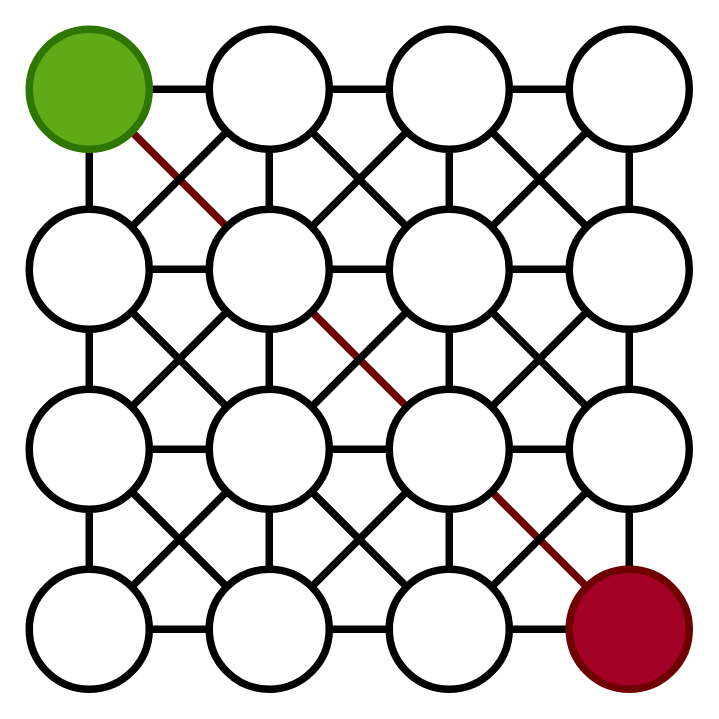
Before: presentacion/grafos.drawio in Martin-Roberto-lecuona/TP_Algoritmo_GRAFO, a draw.io diagram. Source tidied: cells renumbered, new cells numbered last; positions are measured from the earlier drawing's top-left corner, leaving out a move shared by most shapes. Both pictures are drawn from the tidied source at 150%, with x=0, y=0 at pixel (28, 28).
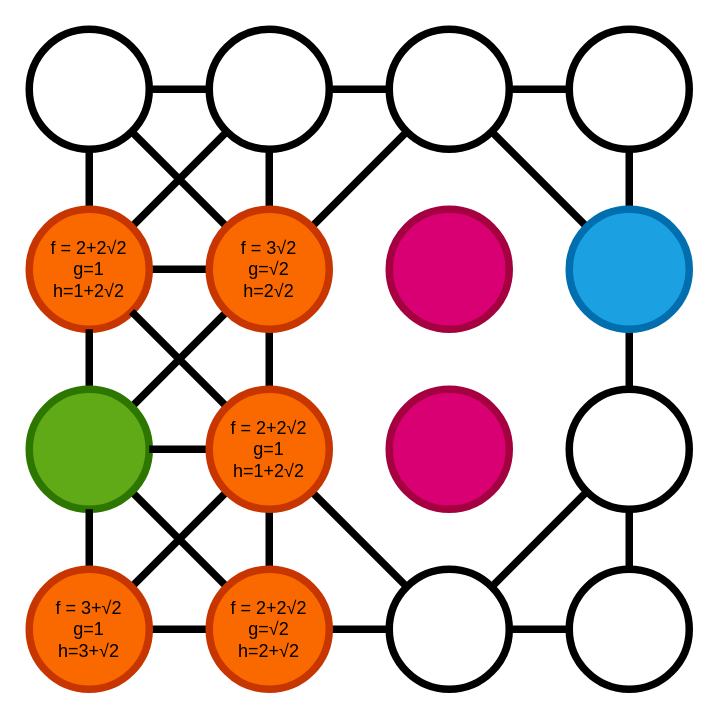
The same diagram, later.

The change refers to these unchanged cells:
```xml
<mxCell id="8" style="ellipse;whiteSpace=wrap;html=1;strokeWidth=5;" parent="1" vertex="1">
  <mxGeometry x="120" width="80" height="80" as="geometry" />
</mxCell>
<mxCell id="12" style="ellipse;whiteSpace=wrap;html=1;strokeWidth=5;" parent="1" vertex="1">
  <mxGeometry x="240" width="80" height="80" as="geometry" />
</mxCell>
<mxCell id="14" style="ellipse;whiteSpace=wrap;html=1;strokeWidth=5;" parent="1" vertex="1">
  <mxGeometry x="360" width="80" height="80" as="geometry" />
</mxCell>
<mxCell id="51" style="ellipse;whiteSpace=wrap;html=1;strokeWidth=5;" parent="1" vertex="1">
  <mxGeometry x="360" y="240" width="80" height="80" as="geometry" />
</mxCell>
<mxCell id="57" style="ellipse;whiteSpace=wrap;html=1;strokeWidth=5;" parent="1" vertex="1">
  <mxGeometry x="240" y="360" width="80" height="80" as="geometry" />
</mxCell>
```

Diff of the diagram source:
```diff
@@
-    <mxCell id="4" style="shape=connector;rounded=0;jettySize=auto;html=1;exitX=1;exitY=1;exitDx=0;exitDy=0;entryX=0;entryY=0;entryDx=0;entryDy=0;labelBackgroundColor=default;strokeColor=#6F0000;align=center;verticalAlign=middle;fontFamily=Helvetica;fontSize=11;fontColor=default;endArrow=none;endFill=0;strokeWidth=5;fillColor=#a20025;" parent="1" edge="1" source="5" target="22">
+    <mxCell id="4" style="shape=connector;rounded=0;jettySize=auto;html=1;exitX=1;exitY=1;exitDx=0;exitDy=0;entryX=0;entryY=0;entryDx=0;entryDy=0;labelBackgroundColor=default;align=center;verticalAlign=middle;fontFamily=Helvetica;fontSize=11;fontColor=default;endArrow=none;endFill=0;strokeWidth=5;" parent="1" edge="1" source="5" target="22">
       <mxGeometry relative="1" as="geometry" />
     </mxCell>
-    <mxCell id="5" style="ellipse;whiteSpace=wrap;html=1;strokeWidth=5;fillColor=#60a917;fontColor=#ffffff;strokeColor=#2D7600;" parent="1" vertex="1">
+    <mxCell id="5" style="ellipse;whiteSpace=wrap;html=1;strokeWidth=5;" parent="1" vertex="1">
       <mxGeometry width="80" height="80" as="geometry" />
     </mxCell>
@@
-    <mxCell id="9" style="edgeStyle=orthogonalEdgeStyle;shape=connector;rounded=0;jettySize=auto;html=1;labelBackgroundColor=default;align=center;verticalAlign=middle;fontFamily=Helvetica;fontSize=11;fontColor=default;endArrow=none;endFill=0;strokeWidth=5;" parent="1" edge="1" source="12" target="29">
-      <mxGeometry relative="1" as="geometry" />
-    </mxCell>
@@
-    <mxCell id="11" style="edgeStyle=none;shape=connector;rounded=0;jettySize=auto;html=1;exitX=0;exitY=1;exitDx=0;exitDy=0;entryX=1;entryY=0;entryDx=0;entryDy=0;labelBackgroundColor=default;strokeColor=default;strokeWidth=5;align=center;verticalAlign=middle;fontFamily=Helvetica;fontSize=11;fontColor=default;endArrow=none;endFill=0;" parent="1" edge="1" source="12" target="22">
+    <mxCell id="11" style="edgeStyle=none;shape=connector;rounded=0;jettySize=auto;html=1;exitX=0;exitY=1;exitDx=0;exitDy=0;entryX=1;entryY=0;entryDx=0;entryDy=0;labelBackgroundColor=default;strokeWidth=5;align=center;verticalAlign=middle;fontFamily=Helvetica;fontSize=11;fontColor=default;endArrow=none;endFill=0;" parent="1" edge="1" source="12" target="22">
       <mxGeometry relative="1" as="geometry" />
     </mxCell>
@@
-    <mxCell id="16" style="edgeStyle=none;shape=connector;rounded=0;jettySize=auto;html=1;exitX=1;exitY=0;exitDx=0;exitDy=0;entryX=0;entryY=1;entryDx=0;entryDy=0;labelBackgroundColor=default;strokeColor=default;strokeWidth=5;align=center;verticalAlign=middle;fontFamily=Helvetica;fontSize=11;fontColor=default;endArrow=none;endFill=0;" parent="1" edge="1" source="17" target="8">
+    <mxCell id="16" style="edgeStyle=none;shape=connector;rounded=0;jettySize=auto;html=1;exitX=1;exitY=0;exitDx=0;exitDy=0;entryX=0;entryY=1;entryDx=0;entryDy=0;labelBackgroundColor=default;strokeWidth=5;align=center;verticalAlign=middle;fontFamily=Helvetica;fontSize=11;fontColor=default;endArrow=none;endFill=0;" parent="1" edge="1" source="17" target="8">
       <mxGeometry relative="1" as="geometry" />
     </mxCell>
-    <mxCell id="17" style="ellipse;whiteSpace=wrap;html=1;strokeWidth=5;" parent="1" vertex="1">
+    <mxCell id="17" value="f = 2+2√2&lt;br&gt;g=1&lt;br&gt;h=1+2√2" style="ellipse;whiteSpace=wrap;html=1;strokeWidth=5;fillColor=#fa6800;fontColor=#000000;strokeColor=#C73500;" parent="1" vertex="1">
       <mxGeometry y="120" width="80" height="80" as="geometry" />
     </mxCell>
-    <mxCell id="18" style="edgeStyle=orthogonalEdgeStyle;shape=connector;rounded=0;jettySize=auto;html=1;labelBackgroundColor=default;align=center;verticalAlign=middle;fontFamily=Helvetica;fontSize=11;fontColor=default;endArrow=none;endFill=0;strokeWidth=5;" parent="1" edge="1" source="22" target="29">
-      <mxGeometry relative="1" as="geometry" />
-    </mxCell>
@@
-    <mxCell id="20" style="edgeStyle=none;shape=connector;rounded=0;jettySize=auto;html=1;exitX=1;exitY=1;exitDx=0;exitDy=0;entryX=0;entryY=0;entryDx=0;entryDy=0;labelBackgroundColor=default;strokeColor=#6F0000;strokeWidth=5;align=center;verticalAlign=middle;fontFamily=Helvetica;fontSize=11;fontColor=default;endArrow=none;endFill=0;fillColor=#a20025;" parent="1" edge="1" source="22" target="48">
-      <mxGeometry relative="1" as="geometry" />
-    </mxCell>
-    <mxCell id="21" style="edgeStyle=none;shape=connector;rounded=0;jettySize=auto;html=1;exitX=0;exitY=1;exitDx=0;exitDy=0;entryX=1;entryY=0;entryDx=0;entryDy=0;labelBackgroundColor=default;strokeColor=default;strokeWidth=5;align=center;verticalAlign=middle;fontFamily=Helvetica;fontSize=11;fontColor=default;endArrow=none;endFill=0;" parent="1" edge="1" source="22" target="35">
+    <mxCell id="21" style="edgeStyle=none;shape=connector;rounded=0;jettySize=auto;html=1;exitX=0;exitY=1;exitDx=0;exitDy=0;entryX=1;entryY=0;entryDx=0;entryDy=0;labelBackgroundColor=default;strokeWidth=5;align=center;verticalAlign=middle;fontFamily=Helvetica;fontSize=11;fontColor=default;endArrow=none;endFill=0;" parent="1" edge="1" source="22" target="35">
       <mxGeometry relative="1" as="geometry" />
     </mxCell>
-    <mxCell id="22" style="ellipse;whiteSpace=wrap;html=1;strokeWidth=5;" parent="1" vertex="1">
+    <mxCell id="22" value="f = 3√2&lt;br&gt;g=√2&lt;br&gt;h=2√2" style="ellipse;whiteSpace=wrap;html=1;strokeWidth=5;fillColor=#fa6800;fontColor=#000000;strokeColor=#C73500;" parent="1" vertex="1">
       <mxGeometry x="120" y="120" width="80" height="80" as="geometry" />
     </mxCell>
-    <mxCell id="23" style="edgeStyle=orthogonalEdgeStyle;shape=connector;rounded=0;jettySize=auto;html=1;labelBackgroundColor=default;align=center;verticalAlign=middle;fontFamily=Helvetica;fontSize=11;fontColor=default;endArrow=none;endFill=0;strokeWidth=5;" parent="1" edge="1" source="29" target="32">
-      <mxGeometry relative="1" as="geometry" />
-    </mxCell>
-    <mxCell id="24" style="edgeStyle=orthogonalEdgeStyle;shape=connector;rounded=0;jettySize=auto;html=1;labelBackgroundColor=default;align=center;verticalAlign=middle;fontFamily=Helvetica;fontSize=11;fontColor=default;endArrow=none;endFill=0;strokeWidth=5;" parent="1" edge="1" source="29" target="48">
-      <mxGeometry relative="1" as="geometry" />
-    </mxCell>
-    <mxCell id="25" style="edgeStyle=none;shape=connector;rounded=0;jettySize=auto;html=1;exitX=1;exitY=0;exitDx=0;exitDy=0;entryX=0;entryY=1;entryDx=0;entryDy=0;labelBackgroundColor=default;strokeColor=default;strokeWidth=5;align=center;verticalAlign=middle;fontFamily=Helvetica;fontSize=11;fontColor=default;endArrow=none;endFill=0;" parent="1" edge="1" source="29" target="14">
-      <mxGeometry relative="1" as="geometry" />
-    </mxCell>
-    <mxCell id="26" style="edgeStyle=none;shape=connector;rounded=0;jettySize=auto;html=1;exitX=0;exitY=1;exitDx=0;exitDy=0;entryX=1;entryY=0;entryDx=0;entryDy=0;labelBackgroundColor=default;strokeColor=default;strokeWidth=5;align=center;verticalAlign=middle;fontFamily=Helvetica;fontSize=11;fontColor=default;endArrow=none;endFill=0;" parent="1" edge="1" source="29" target="42">
-      <mxGeometry relative="1" as="geometry" />
-    </mxCell>
-    <mxCell id="27" style="edgeStyle=none;shape=connector;rounded=0;jettySize=auto;html=1;exitX=0;exitY=0;exitDx=0;exitDy=0;entryX=1;entryY=1;entryDx=0;entryDy=0;labelBackgroundColor=default;strokeColor=default;strokeWidth=5;align=center;verticalAlign=middle;fontFamily=Helvetica;fontSize=11;fontColor=default;endArrow=none;endFill=0;" parent="1" edge="1" source="29" target="8">
-      <mxGeometry relative="1" as="geometry" />
-    </mxCell>
-    <mxCell id="28" style="edgeStyle=none;shape=connector;rounded=0;jettySize=auto;html=1;exitX=1;exitY=1;exitDx=0;exitDy=0;entryX=0;entryY=0;entryDx=0;entryDy=0;labelBackgroundColor=default;strokeColor=default;strokeWidth=5;align=center;verticalAlign=middle;fontFamily=Helvetica;fontSize=11;fontColor=default;endArrow=none;endFill=0;" parent="1" edge="1" source="29" target="51">
-      <mxGeometry relative="1" as="geometry" />
-    </mxCell>
-    <mxCell id="29" style="ellipse;whiteSpace=wrap;html=1;strokeWidth=5;" parent="1" vertex="1">
+    <mxCell id="29" style="ellipse;whiteSpace=wrap;html=1;strokeWidth=5;fillColor=#d80073;fontColor=#ffffff;strokeColor=#A50040;" parent="1" vertex="1">
       <mxGeometry x="240" y="120" width="80" height="80" as="geometry" />
     </mxCell>
@@
-    <mxCell id="31" style="edgeStyle=none;shape=connector;rounded=0;jettySize=auto;html=1;exitX=0;exitY=0;exitDx=0;exitDy=0;entryX=1;entryY=1;entryDx=0;entryDy=0;labelBackgroundColor=default;strokeColor=default;strokeWidth=5;align=center;verticalAlign=middle;fontFamily=Helvetica;fontSize=11;fontColor=default;endArrow=none;endFill=0;" parent="1" edge="1" source="32" target="12">
+    <mxCell id="31" style="edgeStyle=none;shape=connector;rounded=0;jettySize=auto;html=1;exitX=0;exitY=0;exitDx=0;exitDy=0;entryX=1;entryY=1;entryDx=0;entryDy=0;labelBackgroundColor=default;strokeWidth=5;align=center;verticalAlign=middle;fontFamily=Helvetica;fontSize=11;fontColor=default;endArrow=none;endFill=0;" parent="1" edge="1" source="32" target="12">
       <mxGeometry relative="1" as="geometry" />
     </mxCell>
-    <mxCell id="32" style="ellipse;whiteSpace=wrap;html=1;strokeWidth=5;" parent="1" vertex="1">
+    <mxCell id="32" style="ellipse;whiteSpace=wrap;html=1;strokeWidth=5;fillColor=#1ba1e2;fontColor=#ffffff;strokeColor=#006EAF;" parent="1" vertex="1">
       <mxGeometry x="360" y="120" width="80" height="80" as="geometry" />
     </mxCell>
@@
-    <mxCell id="34" style="edgeStyle=none;shape=connector;rounded=0;jettySize=auto;html=1;exitX=1;exitY=1;exitDx=0;exitDy=0;entryX=0;entryY=0;entryDx=0;entryDy=0;labelBackgroundColor=default;strokeColor=default;strokeWidth=5;align=center;verticalAlign=middle;fontFamily=Helvetica;fontSize=11;fontColor=default;endArrow=none;endFill=0;" parent="1" edge="1" source="35" target="55">
+    <mxCell id="34" style="edgeStyle=none;shape=connector;rounded=0;jettySize=auto;html=1;exitX=1;exitY=1;exitDx=0;exitDy=0;entryX=0;entryY=0;entryDx=0;entryDy=0;labelBackgroundColor=default;strokeWidth=5;align=center;verticalAlign=middle;fontFamily=Helvetica;fontSize=11;fontColor=default;endArrow=none;endFill=0;" parent="1" edge="1" source="35" target="55">
       <mxGeometry relative="1" as="geometry" />
     </mxCell>
-    <mxCell id="35" style="ellipse;whiteSpace=wrap;html=1;strokeWidth=5;" parent="1" vertex="1">
+    <mxCell id="35" style="ellipse;whiteSpace=wrap;html=1;strokeWidth=5;fillColor=#60a917;fontColor=#ffffff;strokeColor=#2D7600;" parent="1" vertex="1">
       <mxGeometry y="240" width="80" height="80" as="geometry" />
     </mxCell>
@@
-    <mxCell id="37" style="edgeStyle=orthogonalEdgeStyle;shape=connector;rounded=0;jettySize=auto;html=1;labelBackgroundColor=default;align=center;verticalAlign=middle;fontFamily=Helvetica;fontSize=11;fontColor=default;endArrow=none;endFill=0;strokeWidth=5;" parent="1" edge="1" source="42" target="48">
-      <mxGeometry relative="1" as="geometry" />
-    </mxCell>
@@
-    <mxCell id="39" style="edgeStyle=none;shape=connector;rounded=0;jettySize=auto;html=1;exitX=0;exitY=1;exitDx=0;exitDy=0;entryX=1;entryY=0;entryDx=0;entryDy=0;labelBackgroundColor=default;strokeColor=default;strokeWidth=5;align=center;verticalAlign=middle;fontFamily=Helvetica;fontSize=11;fontColor=default;endArrow=none;endFill=0;" parent="1" edge="1" source="42" target="53">
+    <mxCell id="39" style="edgeStyle=none;shape=connector;rounded=0;jettySize=auto;html=1;exitX=0;exitY=1;exitDx=0;exitDy=0;entryX=1;entryY=0;entryDx=0;entryDy=0;labelBackgroundColor=default;strokeWidth=5;align=center;verticalAlign=middle;fontFamily=Helvetica;fontSize=11;fontColor=default;endArrow=none;endFill=0;" parent="1" edge="1" source="42" target="53">
       <mxGeometry relative="1" as="geometry" />
     </mxCell>
-    <mxCell id="40" style="edgeStyle=none;shape=connector;rounded=0;jettySize=auto;html=1;exitX=1;exitY=1;exitDx=0;exitDy=0;entryX=0;entryY=0;entryDx=0;entryDy=0;labelBackgroundColor=default;strokeColor=default;strokeWidth=5;align=center;verticalAlign=middle;fontFamily=Helvetica;fontSize=11;fontColor=default;endArrow=none;endFill=0;" parent="1" edge="1" source="42" target="57">
+    <mxCell id="40" style="edgeStyle=none;shape=connector;rounded=0;jettySize=auto;html=1;exitX=1;exitY=1;exitDx=0;exitDy=0;entryX=0;entryY=0;entryDx=0;entryDy=0;labelBackgroundColor=default;strokeWidth=5;align=center;verticalAlign=middle;fontFamily=Helvetica;fontSize=11;fontColor=default;endArrow=none;endFill=0;" parent="1" edge="1" source="42" target="57">
       <mxGeometry relative="1" as="geometry" />
     </mxCell>
-    <mxCell id="41" style="edgeStyle=none;shape=connector;rounded=0;jettySize=auto;html=1;exitX=0;exitY=0;exitDx=0;exitDy=0;entryX=1;entryY=1;entryDx=0;entryDy=0;labelBackgroundColor=default;strokeColor=default;strokeWidth=5;align=center;verticalAlign=middle;fontFamily=Helvetica;fontSize=11;fontColor=default;endArrow=none;endFill=0;" parent="1" edge="1" source="42" target="17">
+    <mxCell id="41" style="edgeStyle=none;shape=connector;rounded=0;jettySize=auto;html=1;exitX=0;exitY=0;exitDx=0;exitDy=0;entryX=1;entryY=1;entryDx=0;entryDy=0;labelBackgroundColor=default;strokeWidth=5;align=center;verticalAlign=middle;fontFamily=Helvetica;fontSize=11;fontColor=default;endArrow=none;endFill=0;" parent="1" edge="1" source="42" target="17">
       <mxGeometry relative="1" as="geometry" />
     </mxCell>
-    <mxCell id="42" style="ellipse;whiteSpace=wrap;html=1;strokeWidth=5;" parent="1" vertex="1">
+    <mxCell id="42" value="f = 2+2√2&lt;br&gt;g=1&lt;br&gt;h=1+2√2" style="ellipse;whiteSpace=wrap;html=1;strokeWidth=5;fillColor=#fa6800;fontColor=#000000;strokeColor=#C73500;" parent="1" vertex="1">
       <mxGeometry x="120" y="240" width="80" height="80" as="geometry" />
     </mxCell>
-    <mxCell id="43" style="edgeStyle=orthogonalEdgeStyle;shape=connector;rounded=0;jettySize=auto;html=1;labelBackgroundColor=default;align=center;verticalAlign=middle;fontFamily=Helvetica;fontSize=11;fontColor=default;endArrow=none;endFill=0;strokeWidth=5;" parent="1" edge="1" source="48" target="51">
-      <mxGeometry relative="1" as="geometry" />
-    </mxCell>
-    <mxCell id="44" style="edgeStyle=orthogonalEdgeStyle;shape=connector;rounded=0;jettySize=auto;html=1;labelBackgroundColor=default;align=center;verticalAlign=middle;fontFamily=Helvetica;fontSize=11;fontColor=default;endArrow=none;endFill=0;strokeWidth=5;" parent="1" edge="1" source="48" target="57">
-      <mxGeometry relative="1" as="geometry" />
-    </mxCell>
-    <mxCell id="45" style="edgeStyle=none;shape=connector;rounded=0;jettySize=auto;html=1;exitX=1;exitY=1;exitDx=0;exitDy=0;entryX=0;entryY=0;entryDx=0;entryDy=0;labelBackgroundColor=default;strokeColor=#6F0000;strokeWidth=5;align=center;verticalAlign=middle;fontFamily=Helvetica;fontSize=11;fontColor=default;endArrow=none;endFill=0;fillColor=#a20025;" parent="1" edge="1" source="48" target="59">
-      <mxGeometry relative="1" as="geometry" />
-    </mxCell>
-    <mxCell id="46" style="edgeStyle=none;shape=connector;rounded=0;jettySize=auto;html=1;exitX=1;exitY=0;exitDx=0;exitDy=0;entryX=0;entryY=1;entryDx=0;entryDy=0;labelBackgroundColor=default;strokeColor=default;strokeWidth=5;align=center;verticalAlign=middle;fontFamily=Helvetica;fontSize=11;fontColor=default;endArrow=none;endFill=0;" parent="1" edge="1" source="48" target="32">
-      <mxGeometry relative="1" as="geometry" />
-    </mxCell>
-    <mxCell id="47" style="edgeStyle=none;shape=connector;rounded=0;jettySize=auto;html=1;exitX=0;exitY=1;exitDx=0;exitDy=0;labelBackgroundColor=default;strokeColor=default;strokeWidth=5;align=center;verticalAlign=middle;fontFamily=Helvetica;fontSize=11;fontColor=default;endArrow=none;endFill=0;" parent="1" edge="1" source="48" target="55">
-      <mxGeometry relative="1" as="geometry" />
-    </mxCell>
-    <mxCell id="48" style="ellipse;whiteSpace=wrap;html=1;strokeWidth=5;" parent="1" vertex="1">
+    <mxCell id="48" style="ellipse;whiteSpace=wrap;html=1;strokeWidth=5;fillColor=#d80073;fontColor=#ffffff;strokeColor=#A50040;" parent="1" vertex="1">
       <mxGeometry x="240" y="240" width="80" height="80" as="geometry" />
     </mxCell>
@@
-    <mxCell id="50" style="edgeStyle=none;shape=connector;rounded=0;jettySize=auto;html=1;exitX=0;exitY=1;exitDx=0;exitDy=0;entryX=1;entryY=0;entryDx=0;entryDy=0;labelBackgroundColor=default;strokeColor=default;strokeWidth=5;align=center;verticalAlign=middle;fontFamily=Helvetica;fontSize=11;fontColor=default;endArrow=none;endFill=0;" parent="1" edge="1" source="51" target="57">
+    <mxCell id="50" style="edgeStyle=none;shape=connector;rounded=0;jettySize=auto;html=1;exitX=0;exitY=1;exitDx=0;exitDy=0;entryX=1;entryY=0;entryDx=0;entryDy=0;labelBackgroundColor=default;strokeWidth=5;align=center;verticalAlign=middle;fontFamily=Helvetica;fontSize=11;fontColor=default;endArrow=none;endFill=0;" parent="1" edge="1" source="51" target="57">
       <mxGeometry relative="1" as="geometry" />
     </mxCell>
@@
+    <mxCell id="60" style="edgeStyle=none;shape=connector;rounded=0;jettySize=auto;html=1;labelBackgroundColor=default;strokeColor=default;strokeWidth=5;align=center;verticalAlign=middle;fontFamily=Helvetica;fontSize=11;fontColor=default;endArrow=none;endFill=0;" parent="1" edge="1" source="53" target="55">
+      <mxGeometry relative="1" as="geometry" />
+    </mxCell>
-    <mxCell id="53" style="ellipse;whiteSpace=wrap;html=1;strokeWidth=5;" parent="1" vertex="1">
+    <mxCell id="53" value="f = 3+√2&lt;br&gt;g=1&lt;br&gt;h=3+√2" style="ellipse;whiteSpace=wrap;html=1;strokeWidth=5;fillColor=#fa6800;fontColor=#000000;strokeColor=#C73500;" parent="1" vertex="1">
       <mxGeometry y="360" width="80" height="80" as="geometry" />
     </mxCell>
-    <mxCell id="54" style="edgeStyle=orthogonalEdgeStyle;shape=connector;rounded=0;jettySize=auto;html=1;labelBackgroundColor=default;align=center;verticalAlign=middle;fontFamily=Helvetica;fontSize=11;fontColor=default;endArrow=none;endFill=0;strokeWidth=5;" parent="1" edge="1" source="55" target="53">
-      <mxGeometry relative="1" as="geometry" />
-    </mxCell>
+    <mxCell id="61" style="edgeStyle=none;shape=connector;rounded=0;jettySize=auto;html=1;labelBackgroundColor=default;strokeColor=default;strokeWidth=5;align=center;verticalAlign=middle;fontFamily=Helvetica;fontSize=11;fontColor=default;endArrow=none;endFill=0;" parent="1" edge="1" source="55" target="57">
+      <mxGeometry relative="1" as="geometry" />
+    </mxCell>
-    <mxCell id="55" style="ellipse;whiteSpace=wrap;html=1;strokeWidth=5;" parent="1" vertex="1">
+    <mxCell id="55" value="f = 2+2√2&lt;br&gt;g=√2&lt;br&gt;h=2+√2" style="ellipse;whiteSpace=wrap;html=1;strokeWidth=5;fillColor=#fa6800;fontColor=#000000;strokeColor=#C73500;" parent="1" vertex="1">
       <mxGeometry x="120" y="360" width="80" height="80" as="geometry" />
     </mxCell>
-    <mxCell id="56" style="edgeStyle=orthogonalEdgeStyle;shape=connector;rounded=0;jettySize=auto;html=1;labelBackgroundColor=default;align=center;verticalAlign=middle;fontFamily=Helvetica;fontSize=11;fontColor=default;endArrow=none;endFill=0;strokeWidth=5;" parent="1" edge="1" source="57" target="55">
-      <mxGeometry relative="1" as="geometry" />
-    </mxCell>
+    <mxCell id="62" style="edgeStyle=none;shape=connector;rounded=0;jettySize=auto;html=1;labelBackgroundColor=default;strokeColor=default;strokeWidth=5;align=center;verticalAlign=middle;fontFamily=Helvetica;fontSize=11;fontColor=default;endArrow=none;endFill=0;" parent="1" edge="1" source="57" target="59">
+      <mxGeometry relative="1" as="geometry" />
+    </mxCell>
@@
-    <mxCell id="58" style="edgeStyle=orthogonalEdgeStyle;shape=connector;rounded=0;jettySize=auto;html=1;labelBackgroundColor=default;align=center;verticalAlign=middle;fontFamily=Helvetica;fontSize=11;fontColor=default;endArrow=none;endFill=0;strokeWidth=5;" parent="1" edge="1" source="59" target="57">
-      <mxGeometry relative="1" as="geometry" />
-    </mxCell>
-    <mxCell id="59" style="ellipse;whiteSpace=wrap;html=1;strokeWidth=5;fillColor=#a20025;fontColor=#ffffff;strokeColor=#6F0000;" parent="1" vertex="1">
+    <mxCell id="59" style="ellipse;whiteSpace=wrap;html=1;strokeWidth=5;" parent="1" vertex="1">
       <mxGeometry x="360" y="360" width="80" height="80" as="geometry" />
     </mxCell>
```
